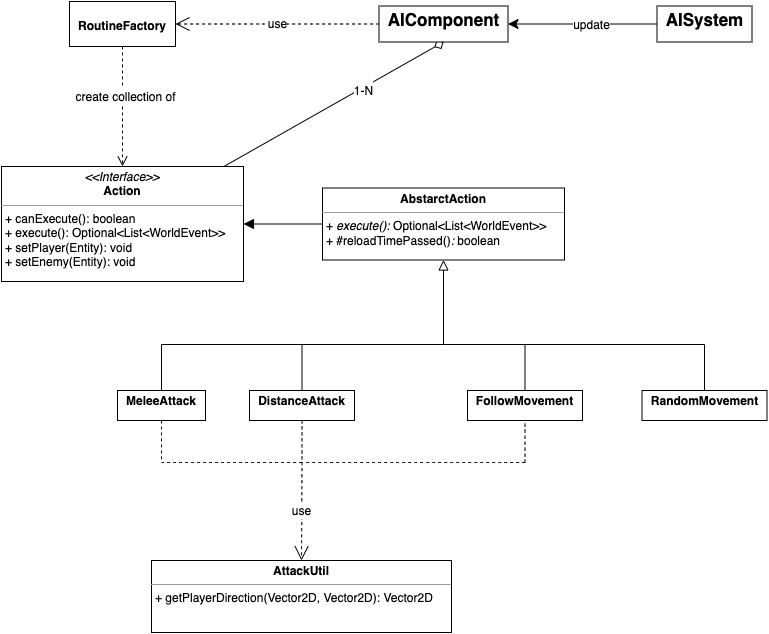
The draw.io diagram latex/uml/UML_AI_Image.png in LorenzoPrati/OOP22-dim-hol, before a commit. Source tidied: cells renumbered, new cells last; positions are measured from the earlier drawing's top-left corner, leaving out a move shared by most shapes.
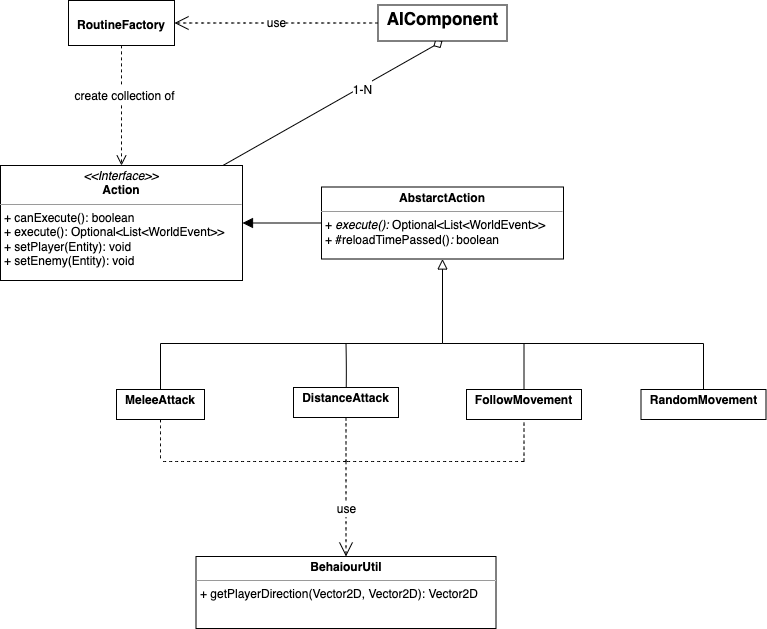
Above is the later version.

The edit, as a diff of the source:
```diff
@@ -30,10 +30,14 @@
       <mxGeometry x="640.5" y="389" width="125" height="30" as="geometry" />
     </mxCell>
     <mxCell id="11" style="edgeStyle=none;curved=1;rounded=0;jettySize=auto;html=1;entryX=0.8;entryY=0.6;entryDx=0;entryDy=0;entryPerimeter=0;fontSize=12;startSize=8;endSize=8;endArrow=none;endFill=0;" parent="1" edge="1" source="12" target="18">
-      <mxGeometry relative="1" as="geometry" />
+      <mxGeometry relative="1" as="geometry">
+        <Array as="points">
+          <mxPoint x="346" y="368" />
+        </Array>
+      </mxGeometry>
     </mxCell>
     <mxCell id="12" value="&lt;p style=&quot;margin:0px;margin-top:4px;text-align:center;&quot;&gt;&lt;b&gt;DistanceAttack&lt;/b&gt;&lt;/p&gt;" style="verticalAlign=top;align=left;overflow=fill;fontSize=12;fontFamily=Helvetica;html=1;whiteSpace=wrap;" parent="1" vertex="1">
-      <mxGeometry x="248" y="389" width="105" height="30" as="geometry" />
+      <mxGeometry x="293" y="387" width="105" height="30" as="geometry" />
     </mxCell>
     <mxCell id="13" style="edgeStyle=none;curved=1;rounded=0;jettySize=auto;html=1;fontSize=12;startSize=8;endSize=8;endArrow=none;endFill=0;entryX=0.775;entryY=0.75;entryDx=0;entryDy=0;entryPerimeter=0;" parent="1" edge="1" source="14" target="20">
       <mxGeometry relative="1" as="geometry" />
@@ -51,7 +55,7 @@
       <mxGeometry relative="1" as="geometry" />
     </mxCell>
     <mxCell id="18" style="shape=waypoint;sketch=0;size=6;points=[];fillColor=none;perimeter=centerPerimeter;snapToPoint=1;fontSize=16;strokeColor=none;" parent="1" vertex="1">
-      <mxGeometry x="290.5" y="333" width="20" height="20" as="geometry" />
+      <mxGeometry x="335.5" y="333" width="20" height="20" as="geometry" />
     </mxCell>
     <mxCell id="19" style="edgeStyle=none;curved=1;rounded=0;jettySize=auto;html=1;fontSize=12;startSize=8;endSize=8;endArrow=none;endFill=0;" parent="1" edge="1" source="20" target="21">
       <mxGeometry relative="1" as="geometry" />
@@ -73,8 +77,8 @@
         <mxPoint x="623" y="343" as="sourcePoint" />
       </mxGeometry>
     </mxCell>
-    <mxCell id="25" value="&lt;p style=&quot;margin:0px;margin-top:4px;text-align:center;&quot;&gt;&lt;b&gt;AttackUtil&lt;/b&gt;&lt;/p&gt;&lt;hr size=&quot;1&quot;&gt;&lt;p style=&quot;margin:0px;margin-left:4px;&quot;&gt;+ getPlayerDirection(Vector2D, Vector2D):&amp;nbsp;Vector2D&lt;/p&gt;&lt;p style=&quot;margin:0px;margin-left:4px;&quot;&gt;&lt;br&gt;&lt;/p&gt;" style="verticalAlign=top;align=left;overflow=fill;fontSize=12;fontFamily=Helvetica;html=1;whiteSpace=wrap;" parent="1" vertex="1">
-      <mxGeometry x="150" y="559" width="300" height="72" as="geometry" />
+    <mxCell id="25" value="&lt;p style=&quot;margin:0px;margin-top:4px;text-align:center;&quot;&gt;&lt;b&gt;Behaiour&lt;/b&gt;&lt;b style=&quot;background-color: initial;&quot;&gt;Util&lt;/b&gt;&lt;/p&gt;&lt;hr size=&quot;1&quot;&gt;&lt;p style=&quot;margin:0px;margin-left:4px;&quot;&gt;+ getPlayerDirection(Vector2D, Vector2D):&amp;nbsp;Vector2D&lt;/p&gt;&lt;p style=&quot;margin:0px;margin-left:4px;&quot;&gt;&lt;br&gt;&lt;/p&gt;" style="verticalAlign=top;align=left;overflow=fill;fontSize=12;fontFamily=Helvetica;html=1;whiteSpace=wrap;" parent="1" vertex="1">
+      <mxGeometry x="195.5" y="556" width="300" height="72" as="geometry" />
     </mxCell>
     <mxCell id="26" value="use" style="endArrow=open;endSize=12;dashed=1;html=1;rounded=0;fontSize=12;curved=1;entryX=0.5;entryY=0;entryDx=0;entryDy=0;exitX=0.275;exitY=0.8;exitDx=0;exitDy=0;exitPerimeter=0;" parent="1" edge="1" source="28" target="25">
       <mxGeometry relative="1" as="geometry" />
@@ -83,7 +87,7 @@
       <mxGeometry x="150" y="451" width="20" height="20" as="geometry" />
     </mxCell>
     <mxCell id="28" style="shape=waypoint;sketch=0;size=6;points=[];fillColor=none;perimeter=centerPerimeter;snapToPoint=1;fontSize=16;strokeColor=none;" parent="1" vertex="1">
-      <mxGeometry x="290.5" y="451" width="20" height="20" as="geometry" />
+      <mxGeometry x="335.5" y="451" width="20" height="20" as="geometry" />
     </mxCell>
     <mxCell id="29" style="shape=waypoint;sketch=0;size=6;points=[];fillColor=none;perimeter=centerPerimeter;snapToPoint=1;fontSize=16;strokeColor=none;" parent="1" vertex="1">
       <mxGeometry x="513.5" y="451" width="20" height="20" as="geometry" />
@@ -119,17 +123,6 @@
     <mxCell id="38" value="&lt;p style=&quot;margin:0px;margin-top:4px;text-align:center;&quot;&gt;&lt;b&gt;&lt;font style=&quot;font-size: 17px;&quot;&gt;AIComponent&lt;/font&gt;&lt;/b&gt;&lt;/p&gt;" style="verticalAlign=top;align=left;overflow=fill;fontSize=12;fontFamily=Helvetica;html=1;whiteSpace=wrap;" parent="1" vertex="1">
       <mxGeometry x="377.5" y="4.5" width="129" height="36" as="geometry" />
     </mxCell>
-    <mxCell id="39" style="edgeStyle=none;curved=1;rounded=0;jettySize=auto;html=1;entryX=1;entryY=0.5;entryDx=0;entryDy=0;fontSize=12;startSize=8;endSize=8;" parent="1" edge="1" source="41" target="38">
-      <mxGeometry relative="1" as="geometry" />
-    </mxCell>
-    <mxCell id="40" value="&lt;font style=&quot;font-size: 12px;&quot;&gt;update&lt;/font&gt;" style="edgeLabel;html=1;align=center;verticalAlign=middle;fontSize=16;" parent="39" vertex="1">
-      <mxGeometry x="-0.39" y="2" relative="1" as="geometry">
-        <mxPoint x="-20" y="-2" as="offset" />
-      </mxGeometry>
-    </mxCell>
-    <mxCell id="41" value="&lt;p style=&quot;margin:0px;margin-top:4px;text-align:center;&quot;&gt;&lt;b&gt;&lt;font style=&quot;font-size: 17px;&quot;&gt;AISystem&lt;/font&gt;&lt;/b&gt;&lt;/p&gt;" style="verticalAlign=top;align=left;overflow=fill;fontSize=12;fontFamily=Helvetica;html=1;whiteSpace=wrap;" parent="1" vertex="1">
-      <mxGeometry x="655.5" y="4.5" width="95" height="36" as="geometry" />
-    </mxCell>
     <mxCell id="42" value="use" style="endArrow=open;endSize=12;dashed=1;html=1;rounded=0;fontSize=12;curved=1;exitX=0;exitY=0.5;exitDx=0;exitDy=0;entryX=1;entryY=0.5;entryDx=0;entryDy=0;" parent="1" edge="1" source="38" target="37">
       <mxGeometry relative="1" as="geometry" />
     </mxCell>
```
